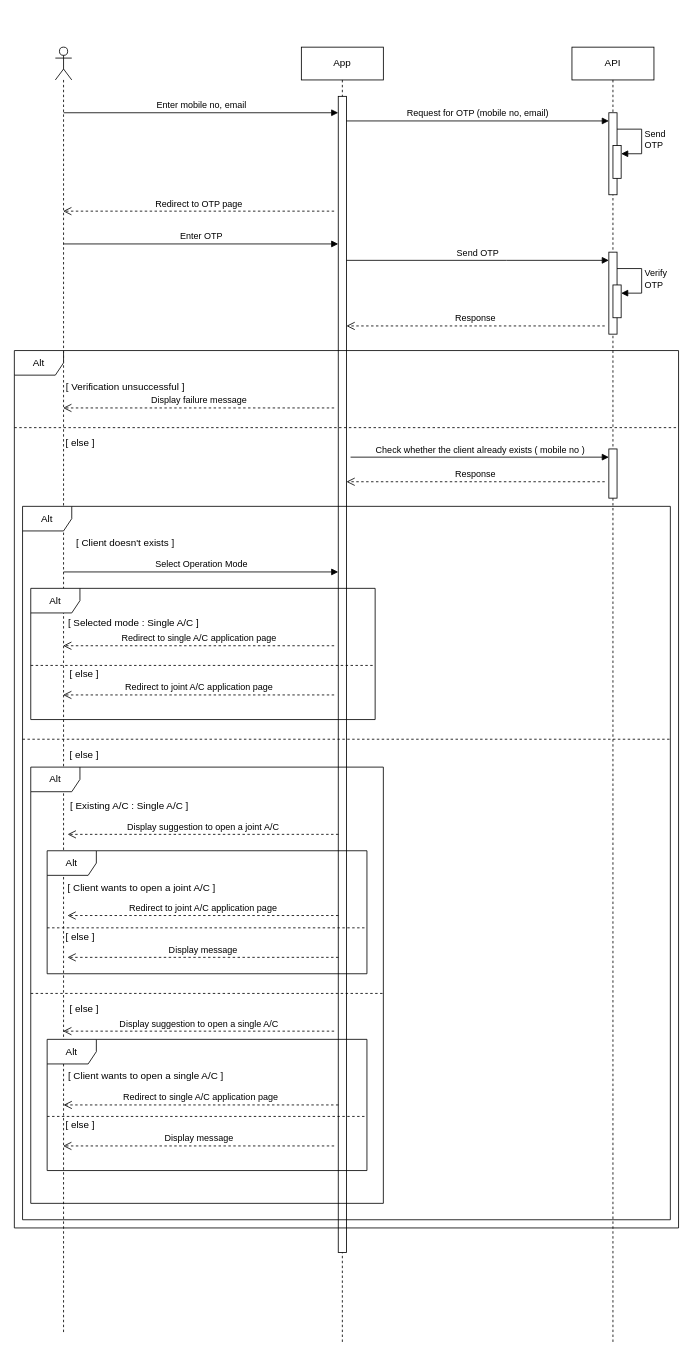
The draw.io diagram page "Mobile_no_verification" (1 of 3) of src/assets/onboarding_first_demo.drawio in Eritra064/test_repo, before the edit. Source tidied: cells renumbered, new cells numbered last; positions are measured from the earlier drawing's top-left corner, leaving out a move shared by most shapes. Both pictures are drawn from the tidied source at 82%, with x=0, y=0 at pixel (14, 47).
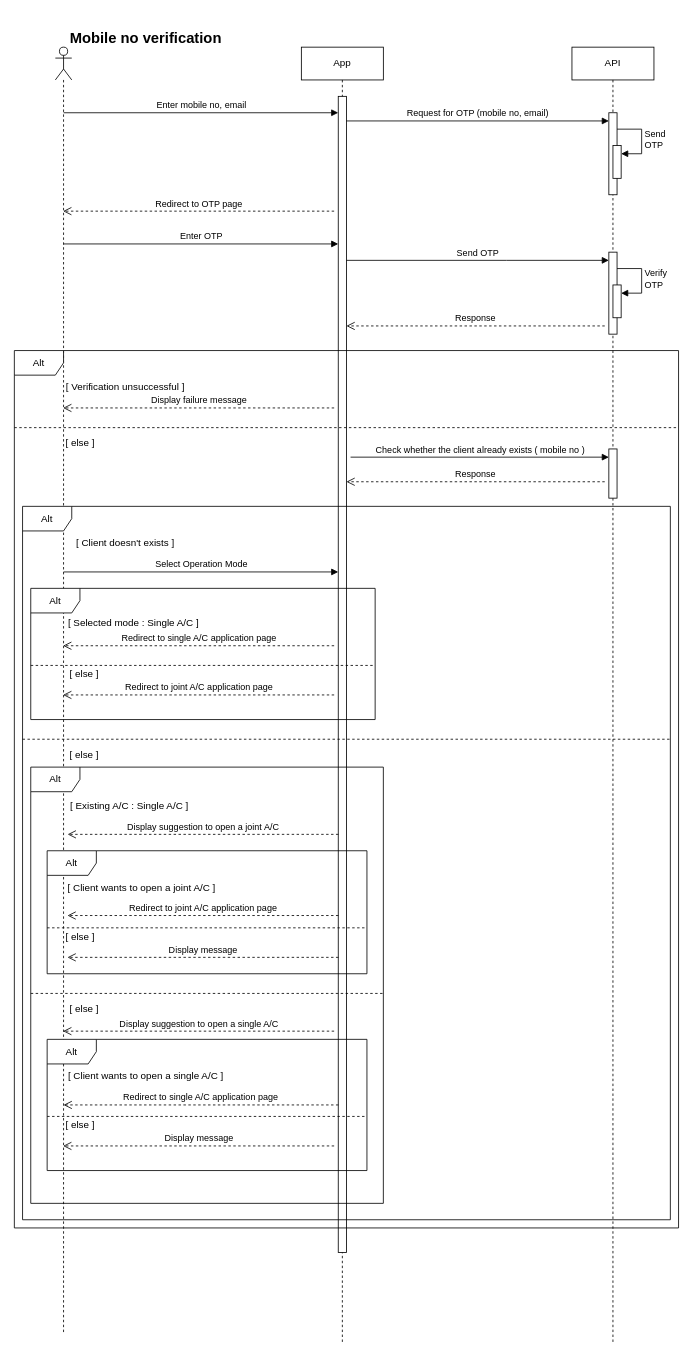
The same diagram, later.

What changed in the source:
```diff
@@
+    <mxCell id="55" value="&lt;h3&gt;&lt;font style=&quot;font-size: 18px;&quot;&gt;Mobile no verification&lt;/font&gt;&lt;/h3&gt;" style="text;html=1;align=center;verticalAlign=middle;strokeColor=none;fillColor=none;" parent="1" vertex="1">
+      <mxGeometry x="55" y="-40" width="210" height="60" as="geometry" />
+    </mxCell>
```
